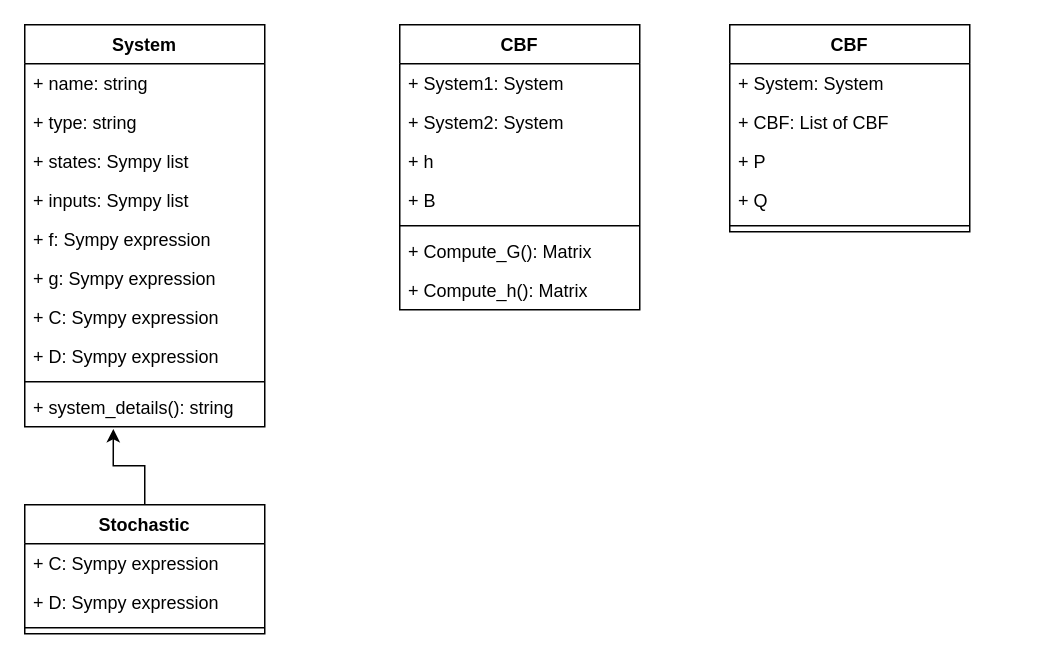
Above: src/architecture.drawio in tomashdz/control_barrier_function_kit (draw.io), before the change. Source tidied: cells renumbered, new cells numbered last; positions are measured from the earlier drawing's top-left corner, leaving out a move shared by most shapes. Both pictures are drawn from the tidied source at 150%, with x=0, y=0 at pixel (24, 24).
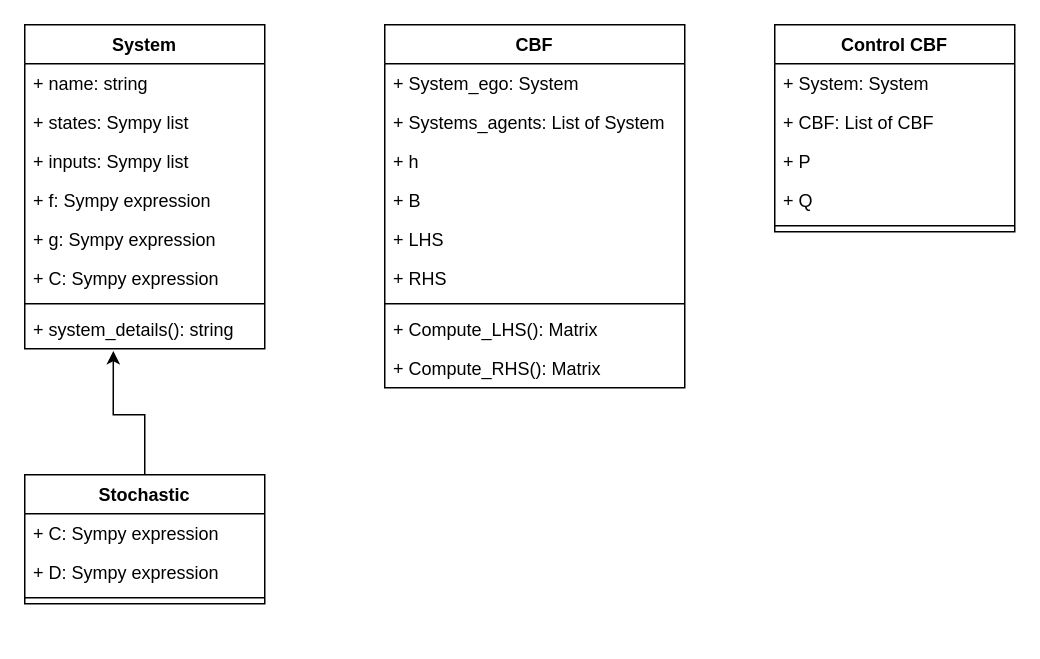
After the change.

The edit, as a diff of the source:
```diff
@@
     <mxCell id="2" value="System" style="swimlane;fontStyle=1;align=center;verticalAlign=top;horizontal=1;startSize=26;" parent="1" vertex="1">
-      <mxGeometry width="160" height="268" as="geometry" />
+      <mxGeometry width="160" height="216" as="geometry" />
     </mxCell>
@@
-    <mxCell id="4" value="+ type: string" style="text;strokeColor=none;fillColor=none;align=left;verticalAlign=top;spacingLeft=4;spacingRight=4;overflow=hidden;" parent="2" vertex="1">
-      <mxGeometry y="52" width="160" height="26" as="geometry" />
-    </mxCell>
     <mxCell id="5" value="+ states: Sympy list" style="text;strokeColor=none;fillColor=none;align=left;verticalAlign=top;spacingLeft=4;spacingRight=4;overflow=hidden;" parent="2" vertex="1">
-      <mxGeometry y="78" width="160" height="26" as="geometry" />
+      <mxGeometry y="52" width="160" height="26" as="geometry" />
     </mxCell>
     <mxCell id="6" value="+ inputs: Sympy list" style="text;strokeColor=none;fillColor=none;align=left;verticalAlign=top;spacingLeft=4;spacingRight=4;overflow=hidden;" parent="2" vertex="1">
-      <mxGeometry y="104" width="160" height="26" as="geometry" />
+      <mxGeometry y="78" width="160" height="26" as="geometry" />
     </mxCell>
     <mxCell id="7" value="+ f: Sympy expression" style="text;strokeColor=none;fillColor=none;align=left;verticalAlign=top;spacingLeft=4;spacingRight=4;overflow=hidden;" parent="2" vertex="1">
-      <mxGeometry y="130" width="160" height="26" as="geometry" />
+      <mxGeometry y="104" width="160" height="26" as="geometry" />
     </mxCell>
     <mxCell id="8" value="+ g: Sympy expression" style="text;strokeColor=none;fillColor=none;align=left;verticalAlign=top;spacingLeft=4;spacingRight=4;overflow=hidden;" parent="2" vertex="1">
-      <mxGeometry y="156" width="160" height="26" as="geometry" />
+      <mxGeometry y="130" width="160" height="26" as="geometry" />
     </mxCell>
     <mxCell id="9" value="+ C: Sympy expression" style="text;strokeColor=none;fillColor=none;align=left;verticalAlign=top;spacingLeft=4;spacingRight=4;overflow=hidden;" parent="2" vertex="1">
-      <mxGeometry y="182" width="160" height="26" as="geometry" />
+      <mxGeometry y="156" width="160" height="26" as="geometry" />
     </mxCell>
-    <mxCell id="10" value="+ D: Sympy expression" style="text;strokeColor=none;fillColor=none;align=left;verticalAlign=top;spacingLeft=4;spacingRight=4;overflow=hidden;" parent="2" vertex="1">
-      <mxGeometry y="208" width="160" height="26" as="geometry" />
-    </mxCell>
     <mxCell id="11" style="line;strokeWidth=1;fillColor=none;align=left;verticalAlign=middle;spacingTop=-1;spacingLeft=3;spacingRight=3;labelPosition=right;" parent="2" vertex="1">
-      <mxGeometry y="234" width="160" height="8" as="geometry" />
+      <mxGeometry y="182" width="160" height="8" as="geometry" />
     </mxCell>
     <mxCell id="12" value="+ system_details(): string" style="text;strokeColor=none;fillColor=none;align=left;verticalAlign=top;spacingLeft=4;spacingRight=4;overflow=hidden;points=[[0,0.5],[1,0.5]];portConstraint=eastwest;" parent="2" vertex="1">
-      <mxGeometry y="242" width="160" height="26" as="geometry" />
+      <mxGeometry y="190" width="160" height="26" as="geometry" />
     </mxCell>
     <mxCell id="13" style="edgeStyle=orthogonalEdgeStyle;rounded=0;jettySize=auto;html=1;exitX=0.5;exitY=0;exitDx=0;exitDy=0;entryX=0.369;entryY=1.055;entryDx=0;entryDy=0;entryPerimeter=0;" parent="1" edge="1" source="14" target="12">
       <mxGeometry relative="1" as="geometry">
         <Array as="points">
-          <mxPoint x="80" y="294" />
-          <mxPoint x="59" y="294" />
+          <mxPoint x="80" y="260" />
+          <mxPoint x="59" y="260" />
         </Array>
       </mxGeometry>
     </mxCell>
     <mxCell id="14" value="Stochastic" style="swimlane;fontStyle=1;align=center;verticalAlign=top;horizontal=1;startSize=26;" parent="1" vertex="1">
-      <mxGeometry y="320" width="160" height="86" as="geometry" />
+      <mxGeometry y="300" width="160" height="86" as="geometry" />
     </mxCell>
@@
     <mxCell id="18" value="CBF" style="swimlane;fontStyle=1;align=center;verticalAlign=top;horizontal=1;startSize=26;" parent="1" vertex="1">
-      <mxGeometry x="250" width="160" height="190" as="geometry" />
+      <mxGeometry x="240" width="200" height="242" as="geometry" />
     </mxCell>
-    <mxCell id="19" value="+ System1: System" style="text;strokeColor=none;fillColor=none;align=left;verticalAlign=top;spacingLeft=4;spacingRight=4;overflow=hidden;" parent="18" vertex="1">
-      <mxGeometry y="26" width="160" height="26" as="geometry" />
+    <mxCell id="19" value="+ System_ego: System" style="text;strokeColor=none;fillColor=none;align=left;verticalAlign=top;spacingLeft=4;spacingRight=4;overflow=hidden;" parent="18" vertex="1">
+      <mxGeometry y="26" width="200" height="26" as="geometry" />
     </mxCell>
-    <mxCell id="20" value="+ System2: System" style="text;strokeColor=none;fillColor=none;align=left;verticalAlign=top;spacingLeft=4;spacingRight=4;overflow=hidden;" parent="18" vertex="1">
-      <mxGeometry y="52" width="160" height="26" as="geometry" />
-    </mxCell>
+    <mxCell id="32" value="+ Systems_agents: List of System" style="text;strokeColor=none;fillColor=none;align=left;verticalAlign=top;spacingLeft=4;spacingRight=4;overflow=hidden;" parent="18" vertex="1">
+      <mxGeometry y="52" width="200" height="26" as="geometry" />
+    </mxCell>
     <mxCell id="21" value="+ h" style="text;strokeColor=none;fillColor=none;align=left;verticalAlign=top;spacingLeft=4;spacingRight=4;overflow=hidden;" parent="18" vertex="1">
-      <mxGeometry y="78" width="160" height="26" as="geometry" />
+      <mxGeometry y="78" width="200" height="26" as="geometry" />
     </mxCell>
     <mxCell id="22" value="+ B" style="text;strokeColor=none;fillColor=none;align=left;verticalAlign=top;spacingLeft=4;spacingRight=4;overflow=hidden;" parent="18" vertex="1">
-      <mxGeometry y="104" width="160" height="26" as="geometry" />
+      <mxGeometry y="104" width="200" height="26" as="geometry" />
     </mxCell>
+    <mxCell id="33" value="+ LHS" style="text;strokeColor=none;fillColor=none;align=left;verticalAlign=top;spacingLeft=4;spacingRight=4;overflow=hidden;" parent="18" vertex="1">
+      <mxGeometry y="130" width="200" height="26" as="geometry" />
+    </mxCell>
+    <mxCell id="34" value="+ RHS" style="text;strokeColor=none;fillColor=none;align=left;verticalAlign=top;spacingLeft=4;spacingRight=4;overflow=hidden;" parent="18" vertex="1">
+      <mxGeometry y="156" width="200" height="26" as="geometry" />
+    </mxCell>
     <mxCell id="23" style="line;strokeWidth=1;fillColor=none;align=left;verticalAlign=middle;spacingTop=-1;spacingLeft=3;spacingRight=3;labelPosition=right;" parent="18" vertex="1">
-      <mxGeometry y="130" width="160" height="8" as="geometry" />
+      <mxGeometry y="182" width="200" height="8" as="geometry" />
     </mxCell>
-    <mxCell id="24" value="+ Compute_G(): Matrix " style="text;strokeColor=none;fillColor=none;align=left;verticalAlign=top;spacingLeft=4;spacingRight=4;overflow=hidden;" parent="18" vertex="1">
-      <mxGeometry y="138" width="160" height="26" as="geometry" />
+    <mxCell id="24" value="+ Compute_LHS(): Matrix " style="text;strokeColor=none;fillColor=none;align=left;verticalAlign=top;spacingLeft=4;spacingRight=4;overflow=hidden;" parent="18" vertex="1">
+      <mxGeometry y="190" width="200" height="26" as="geometry" />
     </mxCell>
-    <mxCell id="25" value="+ Compute_h(): Matrix " style="text;strokeColor=none;fillColor=none;align=left;verticalAlign=top;spacingLeft=4;spacingRight=4;overflow=hidden;" parent="18" vertex="1">
-      <mxGeometry y="164" width="160" height="26" as="geometry" />
+    <mxCell id="25" value="+ Compute_RHS(): Matrix " style="text;strokeColor=none;fillColor=none;align=left;verticalAlign=top;spacingLeft=4;spacingRight=4;overflow=hidden;" parent="18" vertex="1">
+      <mxGeometry y="216" width="200" height="26" as="geometry" />
     </mxCell>
-    <mxCell id="26" value="CBF" style="swimlane;fontStyle=1;align=center;verticalAlign=top;horizontal=1;startSize=26;" parent="1" vertex="1">
-      <mxGeometry x="470" width="160" height="138" as="geometry" />
+    <mxCell id="26" value="Control CBF" style="swimlane;fontStyle=1;align=center;verticalAlign=top;horizontal=1;startSize=26;" parent="1" vertex="1">
+      <mxGeometry x="500" width="160" height="138" as="geometry" />
     </mxCell>
```
